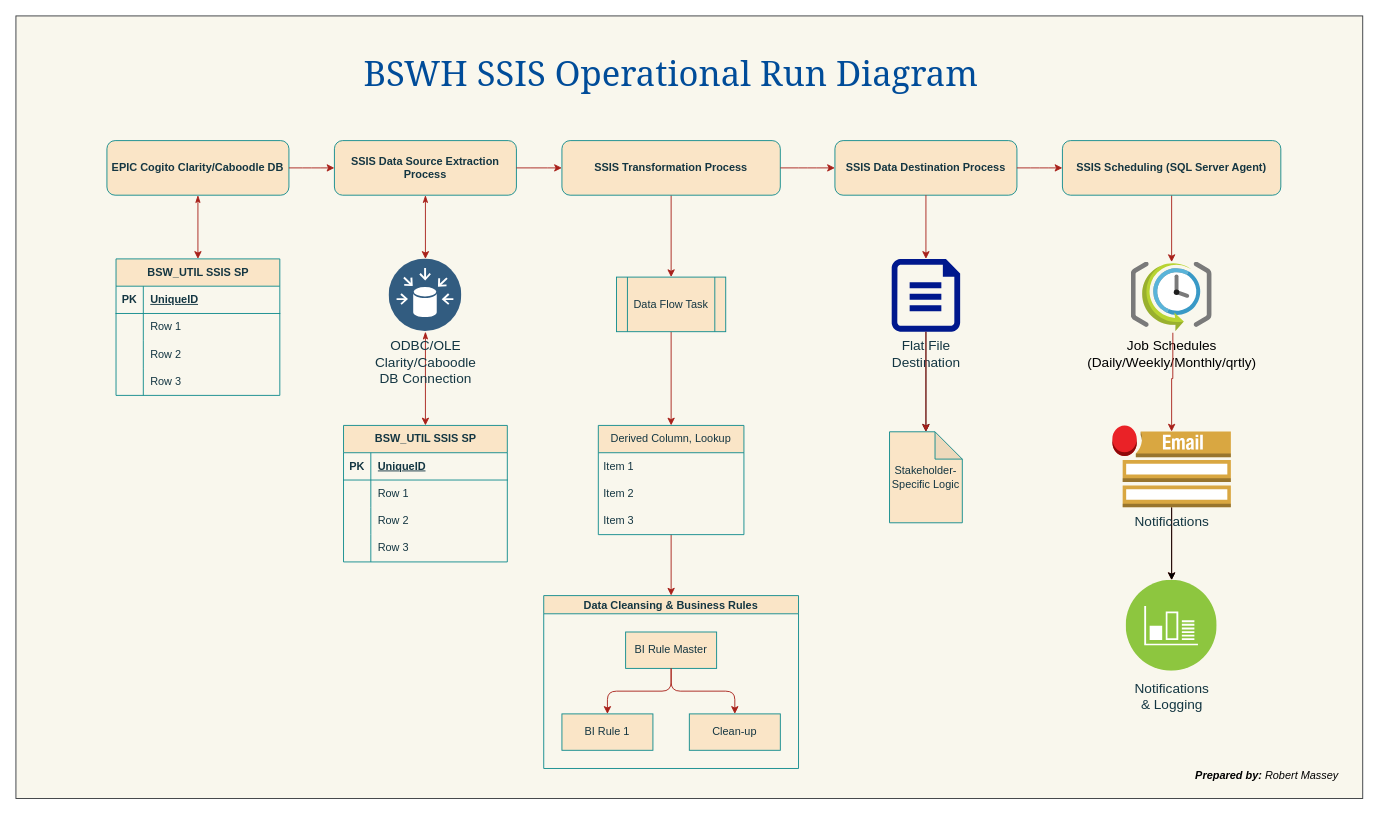
The draw.io diagram page "SSIS Operational Run Diagram" (2 of 4) of Copy of BSWH SSIS Operational Run Diagrams.drawio in MasseyConsultants/Robert-Massey-Bytewise-consultants-LLC, before the edit. Source tidied: cells renumbered, new cells numbered last; positions are measured from the earlier drawing's top-left corner, leaving out a move shared by most shapes. Both pictures are drawn from the tidied source at 91%, with x=0, y=0 at pixel (15, 15).
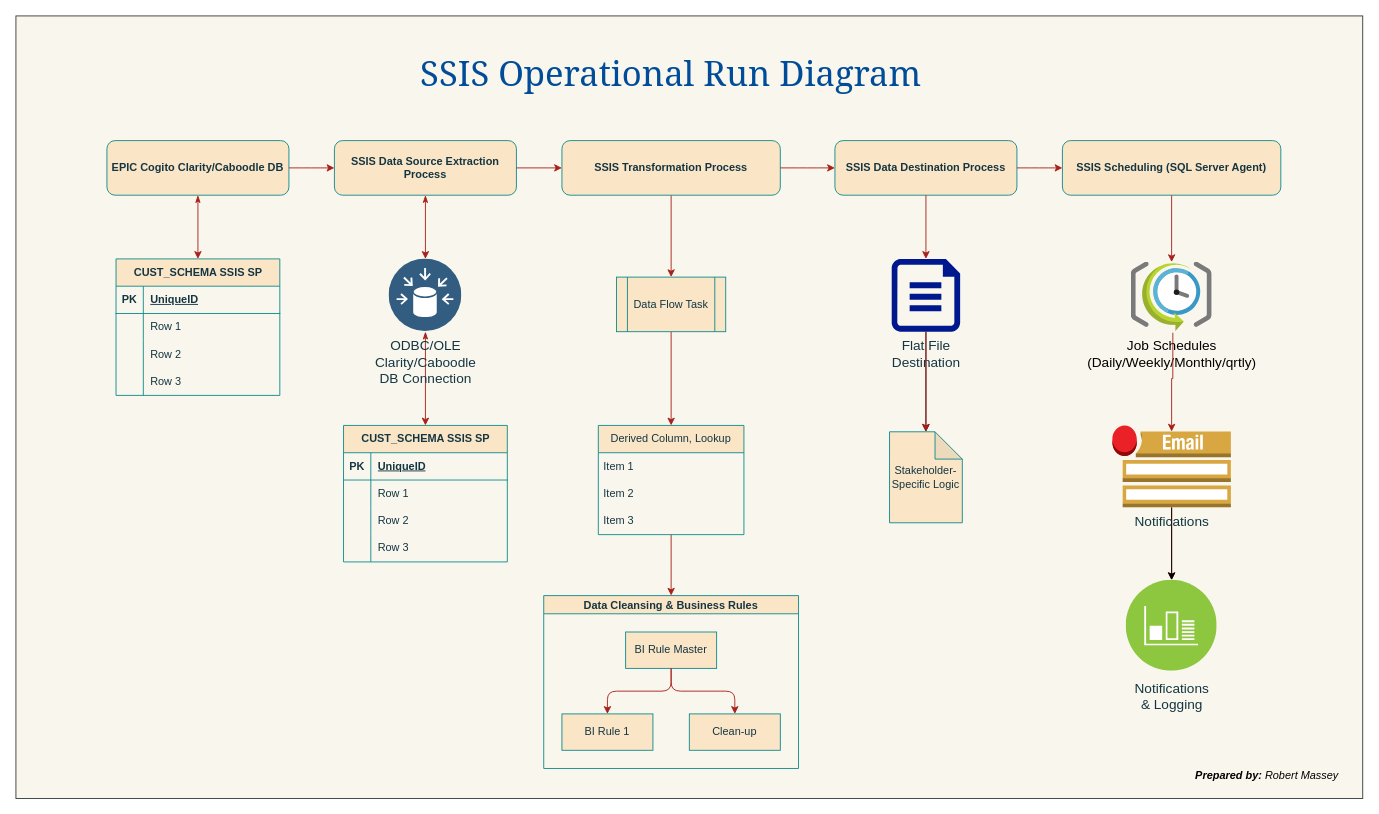
After the change.

Commit message (it also covers changes not shown here):
Update SSIS Operational Run Diagrams.drawio

Unchanged cells that the change refers to:
```xml
<mxCell id="2" style="group;fontStyle=1;" parent="1" vertex="1">
  <mxGeometry width="1480" height="860" as="geometry" />
</mxCell>
```

The edit, as a diff of the source:
```diff
@@
-    <mxCell id="16" value="BSW_UTIL SSIS SP" style="shape=table;startSize=30;childLayout=tableLayout;rowLines=0;fontStyle=1;align=center;html=1;labelBackgroundColor=none;fillColor=#FAE5C7;strokeColor=#0F8B8D;fontColor=#143642;" parent="2" vertex="1">
+    <mxCell id="16" value="CUST_SCHEMA SSIS SP" style="shape=table;startSize=30;childLayout=tableLayout;rowLines=0;fontStyle=1;align=center;html=1;labelBackgroundColor=none;fillColor=#FAE5C7;strokeColor=#0F8B8D;fontColor=#143642;" parent="2" vertex="1">
       <mxGeometry x="110" y="267" width="180" height="150" as="geometry" />
     </mxCell>
@@
-    <mxCell id="29" value="BSW_UTIL SSIS SP" style="shape=table;startSize=30;childLayout=tableLayout;rowLines=0;fontStyle=1;align=center;html=1;labelBackgroundColor=none;fillColor=#FAE5C7;strokeColor=#0F8B8D;fontColor=#143642;" parent="2" vertex="1">
+    <mxCell id="29" value="CUST_SCHEMA SSIS SP" style="shape=table;startSize=30;childLayout=tableLayout;rowLines=0;fontStyle=1;align=center;html=1;labelBackgroundColor=none;fillColor=#FAE5C7;strokeColor=#0F8B8D;fontColor=#143642;" parent="2" vertex="1">
       <mxGeometry x="360" y="450" width="180" height="150" as="geometry" />
     </mxCell>
@@
-    <mxCell id="68" value="BSWH SSIS Operational Run Diagram" style="text;html=1;align=center;verticalAlign=middle;whiteSpace=wrap;rounded=0;fontFamily=Georgia;fontSize=38;fontColor=#004C99;" parent="2" vertex="1">
+    <mxCell id="68" value="SSIS Operational Run Diagram" style="text;html=1;align=center;verticalAlign=middle;whiteSpace=wrap;rounded=0;fontFamily=Georgia;fontSize=38;fontColor=#004C99;" parent="2" vertex="1">
       <mxGeometry x="320" y="47" width="800" height="30" as="geometry" />
     </mxCell>
```
